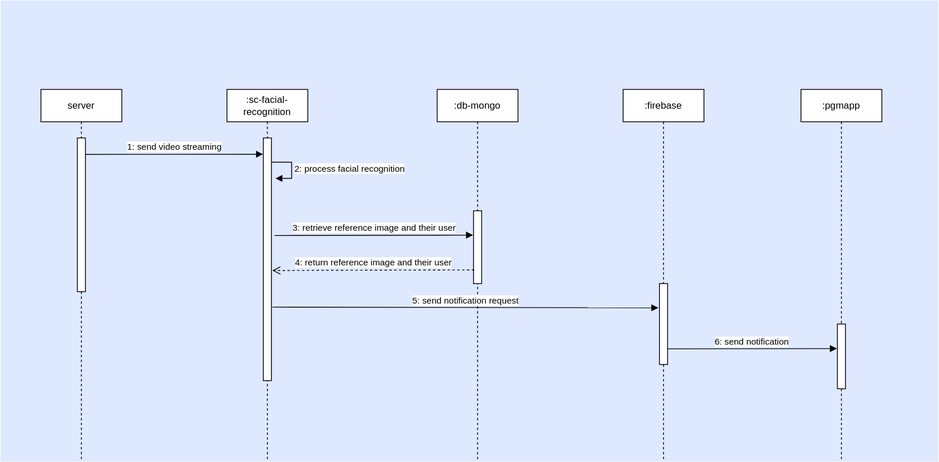
Before: diagrams/R2/uc2-ncc/SequenceDiagram.svg, a diagram exported from draw.io (jessicaraman/pds-stardust). Source tidied: cells renumbered, new cells last; positions are measured from the earlier drawing's top-left corner, leaving out a move shared by most shapes. Source of this version:
```xml
<mxGraphModel background="#ffffff">
  <root>
    <mxCell id="0" />
    <mxCell id="1" parent="0" />
    <mxCell id="2" style="fillColor=#DEE8FF;strokeColor=none;" parent="1" vertex="1">
      <mxGeometry width="1160" height="570" as="geometry" />
    </mxCell>
    <mxCell id="3" value="server" style="shape=umlLifeline;perimeter=lifelinePerimeter;whiteSpace=wrap;html=1;" parent="1" vertex="1">
      <mxGeometry x="50" y="110" width="100" height="460" as="geometry" />
    </mxCell>
    <mxCell id="4" style="html=1;points=[];perimeter=orthogonalPerimeter;" parent="3" vertex="1">
      <mxGeometry x="45" y="60" width="10" height="190" as="geometry" />
    </mxCell>
    <mxCell id="5" value=":sc-facial-recognition" style="shape=umlLifeline;perimeter=lifelinePerimeter;whiteSpace=wrap;html=1;" parent="1" vertex="1">
      <mxGeometry x="280" y="110" width="100" height="460" as="geometry" />
    </mxCell>
    <mxCell id="6" style="html=1;points=[];perimeter=orthogonalPerimeter;" parent="5" vertex="1">
      <mxGeometry x="45" y="60" width="10" height="300" as="geometry" />
    </mxCell>
    <mxCell id="7" value="1: send video streaming" style="html=1;verticalAlign=bottom;endArrow=block;exitX=0.958;exitY=0.107;exitDx=0;exitDy=0;exitPerimeter=0;entryX=-0.034;entryY=0.067;entryDx=0;entryDy=0;entryPerimeter=0;" parent="1" edge="1" source="4" target="6">
      <mxGeometry relative="1" as="geometry" />
    </mxCell>
    <mxCell id="8" value=":db-mongo" style="shape=umlLifeline;perimeter=lifelinePerimeter;whiteSpace=wrap;html=1;" parent="1" vertex="1">
      <mxGeometry x="540" y="110" width="100" height="460" as="geometry" />
    </mxCell>
    <mxCell id="9" style="html=1;points=[];perimeter=orthogonalPerimeter;" parent="8" vertex="1">
      <mxGeometry x="45" y="150" width="10" height="90" as="geometry" />
    </mxCell>
    <mxCell id="10" value="3: retrieve reference image and their user" style="html=1;verticalAlign=bottom;endArrow=block;entryX=-0.068;entryY=0.334;entryDx=0;entryDy=0;entryPerimeter=0;exitX=1.363;exitY=0.402;exitDx=0;exitDy=0;exitPerimeter=0;" parent="1" edge="1" source="6" target="9">
      <mxGeometry relative="1" as="geometry" />
    </mxCell>
    <mxCell id="11" value="4: return reference image and their user" style="html=1;verticalAlign=bottom;endArrow=open;dashed=1;endSize=8;entryX=1.109;entryY=0.546;entryDx=0;entryDy=0;entryPerimeter=0;exitX=0.083;exitY=0.812;exitDx=0;exitDy=0;exitPerimeter=0;" parent="1" edge="1" source="9" target="6">
      <mxGeometry relative="1" as="geometry" />
    </mxCell>
    <mxCell id="12" value=":firebase" style="shape=umlLifeline;perimeter=lifelinePerimeter;whiteSpace=wrap;html=1;" parent="1" vertex="1">
      <mxGeometry x="770" y="110" width="100" height="460" as="geometry" />
    </mxCell>
    <mxCell id="13" style="html=1;points=[];perimeter=orthogonalPerimeter;" parent="12" vertex="1">
      <mxGeometry x="45" y="240" width="10" height="100" as="geometry" />
    </mxCell>
    <mxCell id="14" value="2: process facial recognition" style="edgeStyle=orthogonalEdgeStyle;html=1;align=left;spacingLeft=2;endArrow=block;rounded=0;entryX=1;entryY=0;" parent="1" edge="1">
      <mxGeometry relative="1" as="geometry">
        <mxPoint x="335" y="200" as="sourcePoint" />
        <mxPoint x="340" y="220" as="targetPoint" />
        <Array as="points">
          <mxPoint x="360" y="200" />
          <mxPoint x="360" y="220" />
        </Array>
      </mxGeometry>
    </mxCell>
    <mxCell id="15" value="5: send notification request" style="html=1;verticalAlign=bottom;endArrow=block;exitX=1.124;exitY=0.697;exitDx=0;exitDy=0;exitPerimeter=0;entryX=-0.151;entryY=0.299;entryDx=0;entryDy=0;entryPerimeter=0;" parent="1" edge="1" source="6" target="13">
      <mxGeometry relative="1" as="geometry" />
    </mxCell>
    <mxCell id="16" value=":pgmapp" style="shape=umlLifeline;perimeter=lifelinePerimeter;whiteSpace=wrap;html=1;" parent="1" vertex="1">
      <mxGeometry x="990" y="110" width="100" height="460" as="geometry" />
    </mxCell>
    <mxCell id="17" style="html=1;points=[];perimeter=orthogonalPerimeter;" parent="16" vertex="1">
      <mxGeometry x="45" y="290" width="10" height="80" as="geometry" />
    </mxCell>
    <mxCell id="18" value="6: send notification" style="html=1;verticalAlign=bottom;endArrow=block;exitX=0.942;exitY=0.807;exitDx=0;exitDy=0;exitPerimeter=0;entryX=-0.07;entryY=0.379;entryDx=0;entryDy=0;entryPerimeter=0;" parent="1" edge="1" source="13" target="17">
      <mxGeometry relative="1" as="geometry" />
    </mxCell>
  </root>
</mxGraphModel>
```
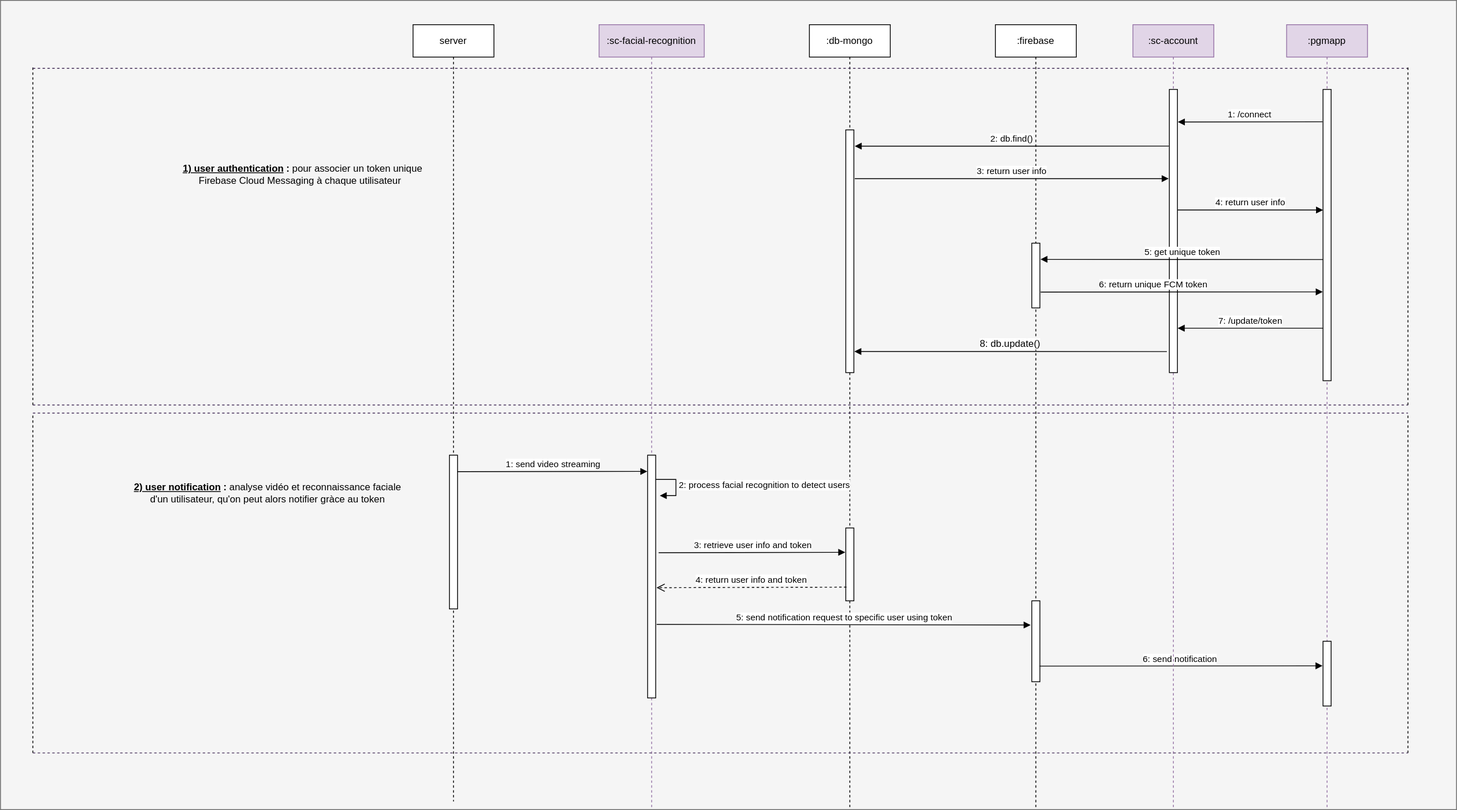
The same file after the commit.

What changed in the source:
```diff
@@ -2,63 +2,170 @@
   <root>
     <mxCell id="0" />
     <mxCell id="1" parent="0" />
-    <mxCell id="2" style="fillColor=#DEE8FF;strokeColor=none;" parent="1" vertex="1">
-      <mxGeometry width="1160" height="570" as="geometry" />
-    </mxCell>
+    <mxCell id="19" style="rounded=0;whiteSpace=wrap;html=1;fillColor=#f5f5f5;strokeColor=#666666;fontColor=#333333;" parent="1" vertex="1">
+      <mxGeometry x="-460" y="80" width="1800" height="1000" as="geometry" />
+    </mxCell>
     <mxCell id="3" value="server" style="shape=umlLifeline;perimeter=lifelinePerimeter;whiteSpace=wrap;html=1;" parent="1" vertex="1">
-      <mxGeometry x="50" y="110" width="100" height="460" as="geometry" />
+      <mxGeometry x="50" y="110" width="100" height="960" as="geometry" />
     </mxCell>
     <mxCell id="4" style="html=1;points=[];perimeter=orthogonalPerimeter;" parent="3" vertex="1">
-      <mxGeometry x="45" y="60" width="10" height="190" as="geometry" />
+      <mxGeometry x="45" y="532" width="10" height="190" as="geometry" />
     </mxCell>
-    <mxCell id="5" value=":sc-facial-recognition" style="shape=umlLifeline;perimeter=lifelinePerimeter;whiteSpace=wrap;html=1;" parent="1" vertex="1">
-      <mxGeometry x="280" y="110" width="100" height="460" as="geometry" />
+    <mxCell id="5" value=":sc-facial-recognition" style="shape=umlLifeline;perimeter=lifelinePerimeter;whiteSpace=wrap;html=1;fillColor=#e1d5e7;strokeColor=#9673a6;" parent="1" vertex="1">
+      <mxGeometry x="280" y="110" width="130" height="970" as="geometry" />
     </mxCell>
     <mxCell id="6" style="html=1;points=[];perimeter=orthogonalPerimeter;" parent="5" vertex="1">
-      <mxGeometry x="45" y="60" width="10" height="300" as="geometry" />
+      <mxGeometry x="60" y="532" width="10" height="300" as="geometry" />
     </mxCell>
     <mxCell id="7" value="1: send video streaming" style="html=1;verticalAlign=bottom;endArrow=block;exitX=0.958;exitY=0.107;exitDx=0;exitDy=0;exitPerimeter=0;entryX=-0.034;entryY=0.067;entryDx=0;entryDy=0;entryPerimeter=0;" parent="1" edge="1" source="4" target="6">
       <mxGeometry relative="1" as="geometry" />
     </mxCell>
     <mxCell id="8" value=":db-mongo" style="shape=umlLifeline;perimeter=lifelinePerimeter;whiteSpace=wrap;html=1;" parent="1" vertex="1">
-      <mxGeometry x="540" y="110" width="100" height="460" as="geometry" />
+      <mxGeometry x="540" y="110" width="100" height="970" as="geometry" />
     </mxCell>
     <mxCell id="9" style="html=1;points=[];perimeter=orthogonalPerimeter;" parent="8" vertex="1">
-      <mxGeometry x="45" y="150" width="10" height="90" as="geometry" />
+      <mxGeometry x="45" y="622" width="10" height="90" as="geometry" />
     </mxCell>
+    <mxCell id="20" style="html=1;points=[];perimeter=orthogonalPerimeter;" parent="8" vertex="1">
+      <mxGeometry x="45" y="130" width="10" height="300" as="geometry" />
+    </mxCell>
-    <mxCell id="10" value="3: retrieve reference image and their user" style="html=1;verticalAlign=bottom;endArrow=block;entryX=-0.068;entryY=0.334;entryDx=0;entryDy=0;entryPerimeter=0;exitX=1.363;exitY=0.402;exitDx=0;exitDy=0;exitPerimeter=0;" parent="1" edge="1" source="6" target="9">
+    <mxCell id="10" value="3: retrieve user info and token" style="html=1;verticalAlign=bottom;endArrow=block;entryX=-0.068;entryY=0.334;entryDx=0;entryDy=0;entryPerimeter=0;exitX=1.363;exitY=0.402;exitDx=0;exitDy=0;exitPerimeter=0;" parent="1" edge="1" source="6" target="9">
       <mxGeometry relative="1" as="geometry" />
     </mxCell>
-    <mxCell id="11" value="4: return reference image and their user" style="html=1;verticalAlign=bottom;endArrow=open;dashed=1;endSize=8;entryX=1.109;entryY=0.546;entryDx=0;entryDy=0;entryPerimeter=0;exitX=0.083;exitY=0.812;exitDx=0;exitDy=0;exitPerimeter=0;" parent="1" edge="1" source="9" target="6">
+    <mxCell id="11" value="4: return user info and token" style="html=1;verticalAlign=bottom;endArrow=open;dashed=1;endSize=8;entryX=1.109;entryY=0.546;entryDx=0;entryDy=0;entryPerimeter=0;exitX=0.083;exitY=0.812;exitDx=0;exitDy=0;exitPerimeter=0;" parent="1" edge="1" source="9" target="6">
       <mxGeometry relative="1" as="geometry" />
     </mxCell>
     <mxCell id="12" value=":firebase" style="shape=umlLifeline;perimeter=lifelinePerimeter;whiteSpace=wrap;html=1;" parent="1" vertex="1">
-      <mxGeometry x="770" y="110" width="100" height="460" as="geometry" />
+      <mxGeometry x="770" y="110" width="100" height="970" as="geometry" />
     </mxCell>
     <mxCell id="13" style="html=1;points=[];perimeter=orthogonalPerimeter;" parent="12" vertex="1">
-      <mxGeometry x="45" y="240" width="10" height="100" as="geometry" />
+      <mxGeometry x="45" y="712" width="10" height="100" as="geometry" />
     </mxCell>
+    <mxCell id="21" style="html=1;points=[];perimeter=orthogonalPerimeter;" parent="12" vertex="1">
+      <mxGeometry x="45" y="270" width="10" height="80" as="geometry" />
+    </mxCell>
-    <mxCell id="14" value="2: process facial recognition" style="edgeStyle=orthogonalEdgeStyle;html=1;align=left;spacingLeft=2;endArrow=block;rounded=0;entryX=1;entryY=0;" parent="1" edge="1">
+    <mxCell id="14" value="2: process facial recognition to detect users" style="edgeStyle=orthogonalEdgeStyle;html=1;align=left;spacingLeft=2;endArrow=block;rounded=0;entryX=1;entryY=0;" parent="1" edge="1">
       <mxGeometry relative="1" as="geometry">
-        <mxPoint x="335" y="200" as="sourcePoint" />
-        <mxPoint x="340" y="220" as="targetPoint" />
+        <mxPoint x="350" y="672" as="sourcePoint" />
+        <mxPoint x="355" y="692" as="targetPoint" />
         <Array as="points">
-          <mxPoint x="360" y="200" />
-          <mxPoint x="360" y="220" />
+          <mxPoint x="375" y="672" />
+          <mxPoint x="375" y="692" />
         </Array>
       </mxGeometry>
     </mxCell>
-    <mxCell id="15" value="5: send notification request" style="html=1;verticalAlign=bottom;endArrow=block;exitX=1.124;exitY=0.697;exitDx=0;exitDy=0;exitPerimeter=0;entryX=-0.151;entryY=0.299;entryDx=0;entryDy=0;entryPerimeter=0;" parent="1" edge="1" source="6" target="13">
+    <mxCell id="15" value="5: send notification request to specific user using token" style="html=1;verticalAlign=bottom;endArrow=block;exitX=1.124;exitY=0.697;exitDx=0;exitDy=0;exitPerimeter=0;entryX=-0.151;entryY=0.299;entryDx=0;entryDy=0;entryPerimeter=0;" parent="1" edge="1" source="6" target="13">
       <mxGeometry relative="1" as="geometry" />
     </mxCell>
-    <mxCell id="16" value=":pgmapp" style="shape=umlLifeline;perimeter=lifelinePerimeter;whiteSpace=wrap;html=1;" parent="1" vertex="1">
-      <mxGeometry x="990" y="110" width="100" height="460" as="geometry" />
+    <mxCell id="16" value=":pgmapp" style="shape=umlLifeline;perimeter=lifelinePerimeter;whiteSpace=wrap;html=1;fillColor=#e1d5e7;strokeColor=#9673a6;" parent="1" vertex="1">
+      <mxGeometry x="1130" y="110" width="100" height="970" as="geometry" />
     </mxCell>
     <mxCell id="17" style="html=1;points=[];perimeter=orthogonalPerimeter;" parent="16" vertex="1">
-      <mxGeometry x="45" y="290" width="10" height="80" as="geometry" />
+      <mxGeometry x="45" y="762" width="10" height="80" as="geometry" />
     </mxCell>
+    <mxCell id="22" style="html=1;points=[];perimeter=orthogonalPerimeter;" parent="16" vertex="1">
+      <mxGeometry x="45" y="80" width="10" height="360" as="geometry" />
+    </mxCell>
     <mxCell id="18" value="6: send notification" style="html=1;verticalAlign=bottom;endArrow=block;exitX=0.942;exitY=0.807;exitDx=0;exitDy=0;exitPerimeter=0;entryX=-0.07;entryY=0.379;entryDx=0;entryDy=0;entryPerimeter=0;" parent="1" edge="1" source="13" target="17">
       <mxGeometry relative="1" as="geometry" />
     </mxCell>
+    <mxCell id="23" value=":sc-account" style="shape=umlLifeline;perimeter=lifelinePerimeter;whiteSpace=wrap;html=1;fillColor=#e1d5e7;strokeColor=#9673a6;" parent="1" vertex="1">
+      <mxGeometry x="940" y="110" width="100" height="970" as="geometry" />
+    </mxCell>
+    <mxCell id="24" style="html=1;points=[];perimeter=orthogonalPerimeter;" parent="23" vertex="1">
+      <mxGeometry x="45" y="80" width="10" height="350" as="geometry" />
+    </mxCell>
+    <mxCell id="25" value="4: return user info" style="html=1;verticalAlign=bottom;endArrow=block;entryX=0;entryY=0.414;entryDx=0;entryDy=0;entryPerimeter=0;" parent="23" edge="1" target="22">
+      <mxGeometry relative="1" as="geometry">
+        <mxPoint x="55" y="229" as="sourcePoint" />
+      </mxGeometry>
+    </mxCell>
+    <mxCell id="26" style="endArrow=none;dashed=1;html=1;fillColor=#76608a;strokeColor=#432D57;" parent="1" edge="1">
+      <mxGeometry relative="1" as="geometry">
+        <mxPoint x="-420" y="580" as="sourcePoint" />
+        <mxPoint x="1280" y="580" as="targetPoint" />
+      </mxGeometry>
+    </mxCell>
+    <mxCell id="27" value="&lt;b&gt;&lt;u&gt;2) user notification&lt;/u&gt; :&lt;/b&gt; analyse vidéo et reconnaissance faciale&lt;br&gt;d'un utilisateur, qu'on peut alors notifier gràce au token" style="text;html=1;align=center;verticalAlign=middle;" parent="1" vertex="1">
+      <mxGeometry x="-305" y="674" width="350" height="30" as="geometry" />
+    </mxCell>
+    <mxCell id="28" value="&lt;b&gt;&amp;nbsp; &lt;u&gt;1) user authentication&lt;/u&gt; :&lt;/b&gt; pour associer un token unique &lt;br&gt;Firebase Cloud Messaging à chaque utilisateur" style="text;html=1;align=center;verticalAlign=middle;" parent="1" vertex="1">
+      <mxGeometry x="-250" y="280" width="320" height="30" as="geometry" />
+    </mxCell>
+    <mxCell id="29" value="1: /connect" style="html=1;verticalAlign=bottom;endArrow=block;entryX=1.053;entryY=0.115;entryDx=0;entryDy=0;entryPerimeter=0;exitX=-0.063;exitY=0.111;exitDx=0;exitDy=0;exitPerimeter=0;" parent="1" edge="1" source="22" target="24">
+      <mxGeometry relative="1" as="geometry" />
+    </mxCell>
+    <mxCell id="30" value="2: db.find()" style="html=1;verticalAlign=bottom;endArrow=block;entryX=1.099;entryY=0.067;entryDx=0;entryDy=0;entryPerimeter=0;exitX=-0.057;exitY=0.2;exitDx=0;exitDy=0;exitPerimeter=0;" parent="1" edge="1" source="24" target="20">
+      <mxGeometry relative="1" as="geometry" />
+    </mxCell>
+    <mxCell id="31" value="3: return user info" style="html=1;verticalAlign=bottom;endArrow=block;entryX=-0.081;entryY=0.315;entryDx=0;entryDy=0;entryPerimeter=0;exitX=1.113;exitY=0.201;exitDx=0;exitDy=0;exitPerimeter=0;" parent="1" edge="1" source="20" target="24">
+      <mxGeometry relative="1" as="geometry" />
+    </mxCell>
+    <mxCell id="32" value="5: get unique token" style="html=1;verticalAlign=bottom;endArrow=block;entryX=1.067;entryY=0.25;entryDx=0;entryDy=0;entryPerimeter=0;exitX=-0.023;exitY=0.584;exitDx=0;exitDy=0;exitPerimeter=0;" parent="1" edge="1" source="22" target="21">
+      <mxGeometry relative="1" as="geometry" />
+    </mxCell>
+    <mxCell id="33" style="html=1;verticalAlign=bottom;endArrow=block;exitX=1.09;exitY=0.441;exitDx=0;exitDy=0;exitPerimeter=0;entryX=-0.041;entryY=0.695;entryDx=0;entryDy=0;entryPerimeter=0;" parent="1" edge="1" target="22">
+      <mxGeometry relative="1" as="geometry">
+        <mxPoint x="825.9" y="440.5" as="sourcePoint" />
+      </mxGeometry>
+    </mxCell>
+    <mxCell id="34" value="6: return unique FCM token" style="edgeLabel;html=1;align=center;verticalAlign=middle;" parent="33" vertex="1">
+      <mxGeometry x="-0.2" y="1" relative="1" as="geometry">
+        <mxPoint y="-9.6" as="offset" />
+      </mxGeometry>
+    </mxCell>
+    <mxCell id="35" value="7: /update/token" style="html=1;verticalAlign=bottom;endArrow=block;exitX=-0.006;exitY=0.803;exitDx=0;exitDy=0;exitPerimeter=0;entryX=1.035;entryY=0.803;entryDx=0;entryDy=0;entryPerimeter=0;" parent="1" edge="1">
+      <mxGeometry relative="1" as="geometry">
+        <mxPoint x="1174.9" y="485.1" as="sourcePoint" />
+        <mxPoint x="995.4" y="485.1" as="targetPoint" />
+      </mxGeometry>
+    </mxCell>
+    <mxCell id="36" value="&lt;span style=&quot;font-size: 12px&quot;&gt;8: db.update()&lt;/span&gt;" style="html=1;verticalAlign=bottom;endArrow=block;exitX=-0.307;exitY=0.86;exitDx=0;exitDy=0;exitPerimeter=0;entryX=1.059;entryY=0.913;entryDx=0;entryDy=0;entryPerimeter=0;" parent="1" edge="1" target="20">
+      <mxGeometry relative="1" as="geometry">
+        <mxPoint x="981.9" y="514" as="sourcePoint" />
+      </mxGeometry>
+    </mxCell>
+    <mxCell id="37" style="endArrow=none;dashed=1;html=1;" parent="1" edge="1">
+      <mxGeometry relative="1" as="geometry">
+        <mxPoint x="-420" y="580" as="sourcePoint" />
+        <mxPoint x="-420" y="160" as="targetPoint" />
+      </mxGeometry>
+    </mxCell>
+    <mxCell id="38" style="endArrow=none;dashed=1;html=1;fillColor=#76608a;strokeColor=#432D57;" parent="1" edge="1">
+      <mxGeometry relative="1" as="geometry">
+        <mxPoint x="-420" y="164" as="sourcePoint" />
+        <mxPoint x="1280" y="164" as="targetPoint" />
+      </mxGeometry>
+    </mxCell>
+    <mxCell id="39" style="endArrow=none;dashed=1;html=1;" parent="1" edge="1">
+      <mxGeometry relative="1" as="geometry">
+        <mxPoint x="1280" y="580" as="sourcePoint" />
+        <mxPoint x="1280" y="160" as="targetPoint" />
+      </mxGeometry>
+    </mxCell>
+    <mxCell id="40" style="endArrow=none;dashed=1;html=1;fillColor=#76608a;strokeColor=#432D57;" parent="1" edge="1">
+      <mxGeometry relative="1" as="geometry">
+        <mxPoint x="-420" y="590" as="sourcePoint" />
+        <mxPoint x="1280" y="590" as="targetPoint" />
+      </mxGeometry>
+    </mxCell>
+    <mxCell id="41" style="endArrow=none;dashed=1;html=1;" parent="1" edge="1">
+      <mxGeometry relative="1" as="geometry">
+        <mxPoint x="1280" y="1010" as="sourcePoint" />
+        <mxPoint x="1280" y="590" as="targetPoint" />
+      </mxGeometry>
+    </mxCell>
+    <mxCell id="42" style="endArrow=none;dashed=1;html=1;" parent="1" edge="1">
+      <mxGeometry relative="1" as="geometry">
+        <mxPoint x="-420" y="1010" as="sourcePoint" />
+        <mxPoint x="-420" y="590" as="targetPoint" />
+      </mxGeometry>
+    </mxCell>
+    <mxCell id="43" style="endArrow=none;dashed=1;html=1;fillColor=#76608a;strokeColor=#432D57;" parent="1" edge="1">
+      <mxGeometry relative="1" as="geometry">
+        <mxPoint x="-420" y="1010" as="sourcePoint" />
+        <mxPoint x="1280" y="1010" as="targetPoint" />
+      </mxGeometry>
+    </mxCell>
   </root>
 </mxGraphModel>
```
